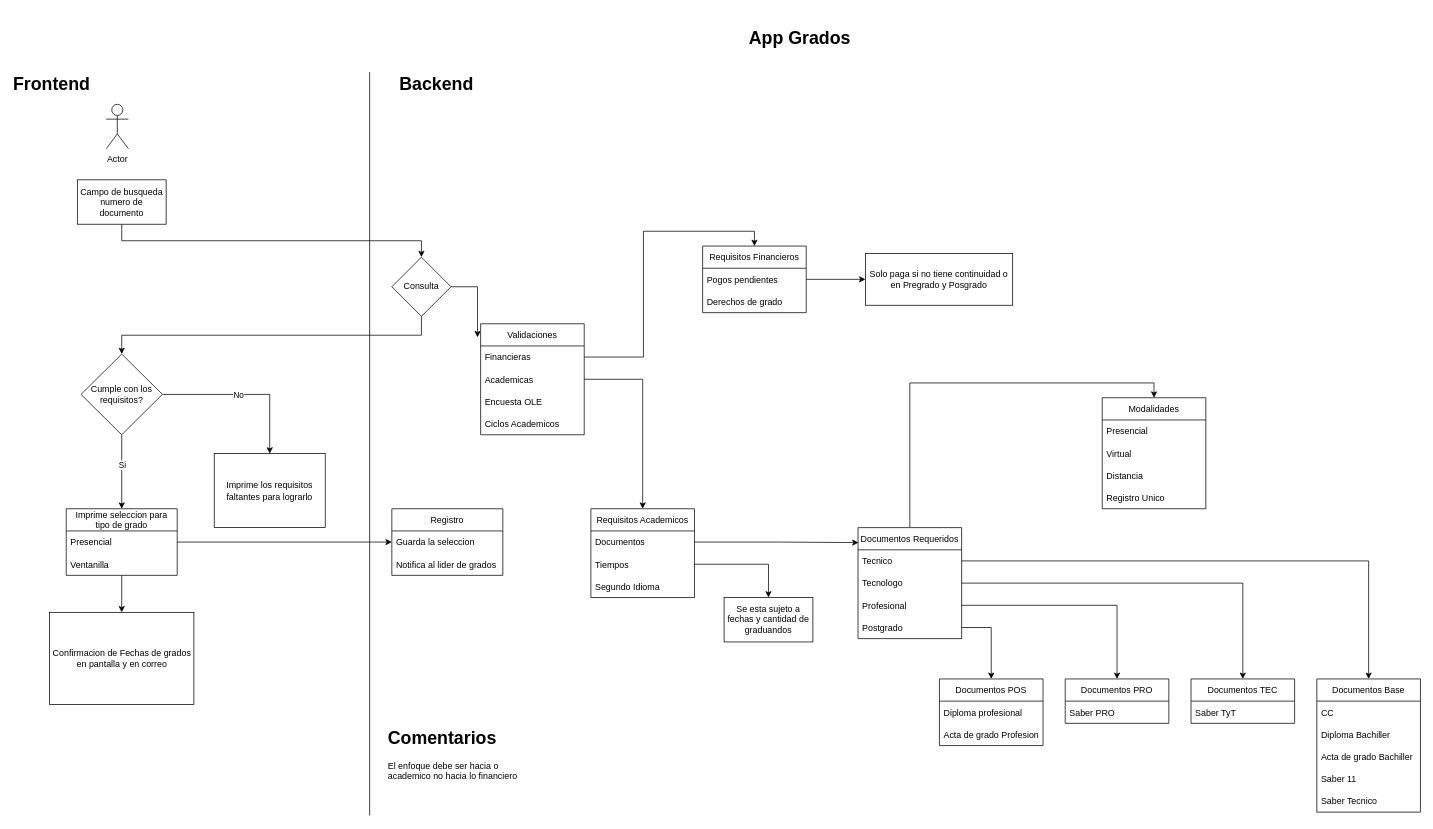
Above: page "Idea Base" (1 of 2) of flujo-inicial.drawio in DevOps-CUN/docs-apps-grados (draw.io), before the change. Source tidied: cells renumbered, new cells numbered last; positions are measured from the earlier drawing's top-left corner, leaving out a move shared by most shapes. Both pictures are drawn from the tidied source at 74%, with x=0, y=0 at pixel (14, 13).
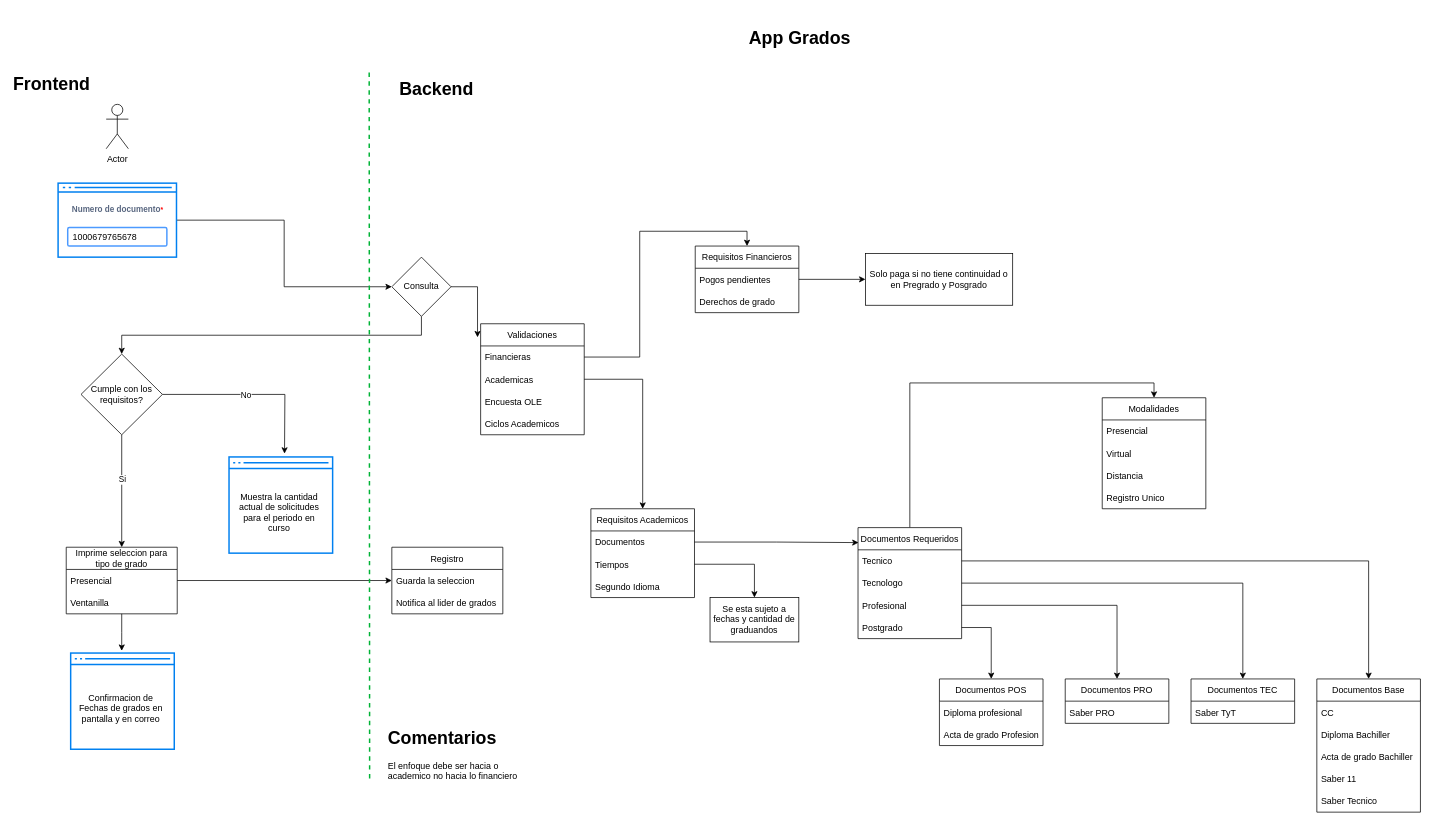
The same page after the edit.

Unchanged cells that the change refers to:
```xml
<mxCell id="9" value="Consulta" style="rhombus;whiteSpace=wrap;html=1;" parent="1" vertex="1">
  <mxGeometry x="510" y="330" width="80" height="80" as="geometry" />
</mxCell>
<mxCell id="59" value="Cumple con los requisitos?" style="rhombus;whiteSpace=wrap;html=1;" parent="1" vertex="1">
  <mxGeometry x="90" y="461" width="110" height="109" as="geometry" />
</mxCell>
<mxCell id="62" value="Presencial" style="text;strokeColor=none;fillColor=none;align=left;verticalAlign=middle;spacingLeft=4;spacingRight=4;overflow=hidden;points=[[0,0.5],[1,0.5]];portConstraint=eastwest;" parent="61" vertex="1">
  <mxGeometry y="30" width="150" height="30" as="geometry" />
</mxCell>
<mxCell id="66" value="Guarda la seleccion" style="text;strokeColor=none;fillColor=none;align=left;verticalAlign=middle;spacingLeft=4;spacingRight=4;overflow=hidden;points=[[0,0.5],[1,0.5]];portConstraint=eastwest;" parent="65" vertex="1">
  <mxGeometry y="30" width="150" height="30" as="geometry" />
</mxCell>
```

Change to the diagram source:
```diff
@@
-    <mxCell id="2" style="edgeStyle=orthogonalEdgeStyle;rounded=0;jettySize=auto;html=1;exitX=0.5;exitY=1;exitDx=0;exitDy=0;" parent="1" edge="1" source="3" target="9">
+    <mxCell id="2" style="edgeStyle=orthogonalEdgeStyle;rounded=0;jettySize=auto;html=1;" parent="1" edge="1" source="76" target="9">
       <mxGeometry relative="1" as="geometry" />
     </mxCell>
-    <mxCell id="3" value="Campo de busqueda numero de documento" style="rounded=0;whiteSpace=wrap;html=1;" parent="1" vertex="1">
-      <mxGeometry x="85" y="225.5" width="120" height="60" as="geometry" />
-    </mxCell>
-    <mxCell id="4" style="endArrow=none;html=1;rounded=0;" parent="1" edge="1">
-      <mxGeometry relative="1" as="geometry">
-        <mxPoint x="480" y="1084.5" as="sourcePoint" />
-        <mxPoint x="480" y="80" as="targetPoint" />
-      </mxGeometry>
-    </mxCell>
@@
-    <mxCell id="6" value="Imprime los requisitos faltantes para lograrlo" style="rounded=0;whiteSpace=wrap;html=1;" parent="1" vertex="1">
-      <mxGeometry x="270" y="595.5" width="150" height="100" as="geometry" />
-    </mxCell>
@@
     <mxCell id="10" value="Backend" style="text;strokeColor=none;fillColor=none;html=1;fontSize=24;fontStyle=1;verticalAlign=middle;align=center;" parent="1" vertex="1">
-      <mxGeometry x="470" y="76.5" width="200" height="40" as="geometry" />
+      <mxGeometry x="470" y="83.5" width="200" height="40" as="geometry" />
     </mxCell>
@@
     <mxCell id="51" value="Requisitos Financieros" style="swimlane;fontStyle=0;horizontal=1;startSize=30;" parent="1" vertex="1">
-      <mxGeometry x="930" y="315" width="140" height="90" as="geometry" />
+      <mxGeometry x="920" y="315" width="140" height="90" as="geometry" />
     </mxCell>
@@
-    <mxCell id="55" style="edgeStyle=orthogonalEdgeStyle;rounded=0;jettySize=auto;html=1;exitX=1;exitY=0.5;exitDx=0;exitDy=0;" parent="1" edge="1" source="59" target="6">
-      <mxGeometry relative="1" as="geometry" />
+    <mxCell id="55" style="edgeStyle=orthogonalEdgeStyle;rounded=0;jettySize=auto;html=1;exitX=1;exitY=0.5;exitDx=0;exitDy=0;" parent="1" edge="1" source="59">
+      <mxGeometry relative="1" as="geometry">
+        <mxPoint x="365" y="595.5" as="targetPoint" />
+      </mxGeometry>
     </mxCell>
@@
-    <mxCell id="60" style="edgeStyle=orthogonalEdgeStyle;rounded=0;jettySize=auto;html=1;exitX=0.5;exitY=1;exitDx=0;exitDy=0;" parent="1" edge="1" source="61" target="64">
-      <mxGeometry relative="1" as="geometry" />
+    <mxCell id="60" style="edgeStyle=orthogonalEdgeStyle;rounded=0;jettySize=auto;html=1;exitX=0.5;exitY=1;exitDx=0;exitDy=0;" parent="1" edge="1" source="61">
+      <mxGeometry relative="1" as="geometry">
+        <mxPoint x="145" y="862" as="targetPoint" />
+      </mxGeometry>
     </mxCell>
     <mxCell id="61" value="Imprime seleccion para &#10;tipo de grado" style="swimlane;fontStyle=0;horizontal=1;startSize=30;" parent="1" vertex="1">
-      <mxGeometry x="70" y="670" width="150" height="90" as="geometry" />
+      <mxGeometry x="70" y="722" width="150" height="90" as="geometry" />
     </mxCell>
@@
-    <mxCell id="64" value="Confirmacion de Fechas de grados en pantalla y en correo" style="rounded=0;whiteSpace=wrap;html=1;" parent="1" vertex="1">
-      <mxGeometry x="47.5" y="810" width="195" height="124.5" as="geometry" />
-    </mxCell>
     <mxCell id="65" value="Registro" style="swimlane;fontStyle=0;horizontal=1;startSize=30;" parent="1" vertex="1">
-      <mxGeometry x="510" y="670" width="150" height="90" as="geometry" />
+      <mxGeometry x="510" y="722" width="150" height="90" as="geometry" />
     </mxCell>
@@
-    <mxCell id="68" style="edgeStyle=orthogonalEdgeStyle;rounded=0;jettySize=auto;html=1;exitX=1;exitY=0.5;exitDx=0;exitDy=0;entryX=0;entryY=0.5;entryDx=0;entryDy=0;" parent="1" edge="1" source="62" target="66">
+    <mxCell id="68" style="edgeStyle=orthogonalEdgeStyle;rounded=0;jettySize=auto;html=1;exitX=1;exitY=0.5;exitDx=0;exitDy=0;" parent="1" edge="1" source="62" target="65">
       <mxGeometry relative="1" as="geometry" />
     </mxCell>
@@
     <mxCell id="73" value="Se esta sujeto a fechas y cantidad de graduandos" style="rounded=0;whiteSpace=wrap;html=1;" parent="1" vertex="1">
-      <mxGeometry x="959" y="790" width="120" height="60" as="geometry" />
+      <mxGeometry x="940" y="790" width="120" height="60" as="geometry" />
     </mxCell>
@@
+    <mxCell id="75" style="edgeStyle=none;rounded=0;html=1;entryX=0;entryY=0.5;jettySize=auto;strokeColor=#00B336;strokeWidth=2;fontColor=#000000;jumpStyle=none;endArrow=none;endFill=0;startArrow=none;dashed=1;exitX=0.047;exitY=-0.076;exitDx=0;exitDy=0;exitPerimeter=0;" parent="1" edge="1" source="10">
+      <mxGeometry relative="1" as="geometry">
+        <mxPoint x="480" y="1040" as="targetPoint" />
+      </mxGeometry>
+    </mxCell>
+    <mxCell id="76" style="html=1;verticalLabelPosition=bottom;align=center;labelBackgroundColor=#ffffff;verticalAlign=top;strokeWidth=2;strokeColor=#0080F0;shadow=0;dashed=0;shape=mxgraph.ios7.icons.window;" parent="1" vertex="1">
+      <mxGeometry x="59" y="230" width="160" height="100" as="geometry" />
+    </mxCell>
+    <mxCell id="77" value="&lt;sup&gt;&lt;span style=&quot;font-size: 11px;&quot;&gt;Numero de documento&lt;/span&gt;&lt;font color=&quot;#ff0000&quot;&gt;*&lt;/font&gt;&lt;/sup&gt;" style="fillColor=none;strokeColor=none;html=1;fontSize=11;fontStyle=0;align=left;fontColor=#596780;fontStyle=1;fontSize=11;" parent="1" vertex="1">
+      <mxGeometry x="76" y="260" width="126" height="14" as="geometry" />
+    </mxCell>
+    <mxCell id="78" value="1000679765678" style="rounded=1;arcSize=9;align=left;spacingLeft=5;strokeColor=#4C9AFF;html=1;strokeWidth=2;fontSize=12;" parent="1" vertex="1">
+      <mxGeometry x="72" y="290" width="134" height="25" as="geometry" />
+    </mxCell>
+    <mxCell id="79" style="html=1;verticalLabelPosition=bottom;align=center;labelBackgroundColor=#ffffff;verticalAlign=top;strokeWidth=2;strokeColor=#0080F0;shadow=0;dashed=0;shape=mxgraph.ios7.icons.window;" parent="1" vertex="1">
+      <mxGeometry x="290" y="600" width="140" height="130" as="geometry" />
+    </mxCell>
+    <mxCell id="80" value="Muestra la cantidad actual de solicitudes para el periodo en curso" style="text;html=1;strokeColor=none;fillColor=none;align=center;verticalAlign=middle;whiteSpace=wrap;rounded=0;" parent="1" vertex="1">
+      <mxGeometry x="296" y="630" width="124" height="90" as="geometry" />
+    </mxCell>
+    <mxCell id="81" style="html=1;verticalLabelPosition=bottom;align=center;labelBackgroundColor=#ffffff;verticalAlign=top;strokeWidth=2;strokeColor=#0080F0;shadow=0;dashed=0;shape=mxgraph.ios7.icons.window;" parent="1" vertex="1">
+      <mxGeometry x="76" y="865" width="140" height="130" as="geometry" />
+    </mxCell>
+    <mxCell id="64" value="Confirmacion de Fechas de grados en pantalla y en correo" style="text;html=1;strokeColor=none;fillColor=none;align=center;verticalAlign=middle;whiteSpace=wrap;rounded=0;" parent="1" vertex="1">
+      <mxGeometry x="82" y="895" width="124" height="90" as="geometry" />
+    </mxCell>
```
